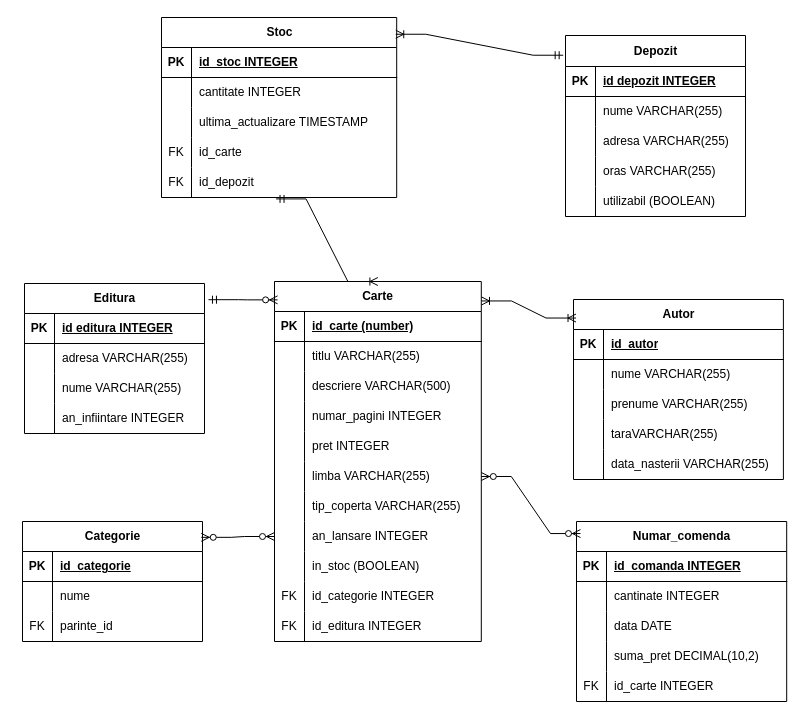
The draw.io diagram Untitled Diagram.drawio in CiprianVlad/facultate, before the edit. Source tidied: cells renumbered, new cells numbered last; positions are measured from the earlier drawing's top-left corner, leaving out a move shared by most shapes. Both pictures are drawn from the tidied source at 100%, with x=0, y=0 at pixel (22, 17).
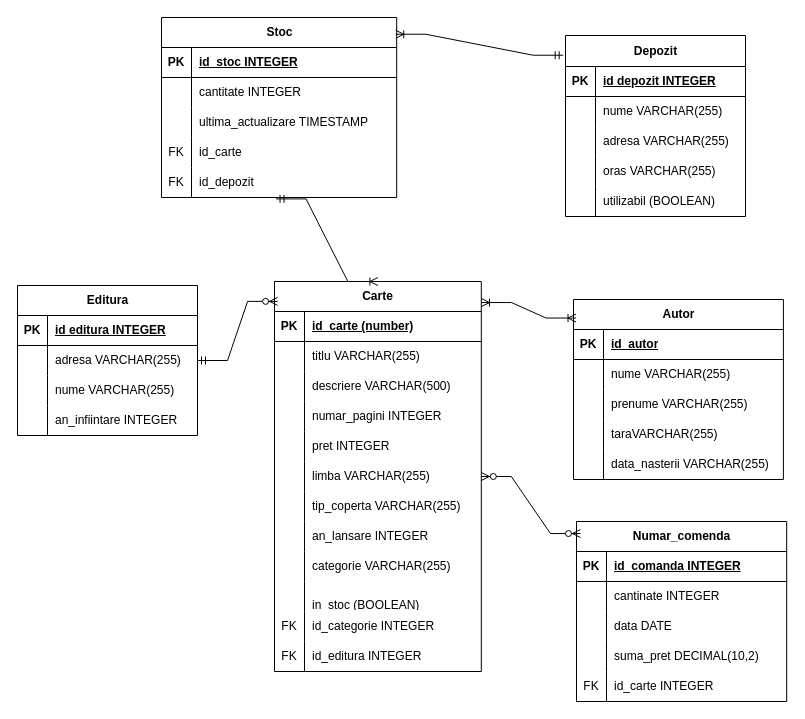
Above is the later version.

The change refers to these unchanged cells:
```xml
<mxCell id="24" style="shape=tableRow;horizontal=0;startSize=0;swimlaneHead=0;swimlaneBody=0;fillColor=none;points=[[0,0.5],[1,0.5]];portConstraint=eastwest;top=0;left=0;right=0;bottom=0;" parent="2" vertex="1">
  <mxGeometry y="240" width="206.8" height="30" as="geometry" />
</mxCell>
<mxCell id="27" style="shape=tableRow;horizontal=0;startSize=0;swimlaneHead=0;swimlaneBody=0;fillColor=none;top=0;left=0;right=0;bottom=0;" parent="2" vertex="1">
  <mxGeometry y="270" width="206.8" height="30" as="geometry" />
</mxCell>
```

What changed in the source:
```diff
@@
     <mxCell id="2" value="Carte" style="shape=table;startSize=30;childLayout=tableLayout;rowLines=0;fontStyle=1;align=center;html=1;" parent="1" vertex="1">
-      <mxGeometry x="252" y="264" width="206.8" height="360" as="geometry" />
+      <mxGeometry x="252" y="264" width="206.8" height="390" as="geometry" />
     </mxCell>
@@
-    <mxCell id="29" value="in_stoc (BOOLEAN)" style="shape=partialRectangle;fillColor=none;top=0;left=0;bottom=0;right=0;align=left;spacingLeft=6;overflow=hidden;whiteSpace=wrap;html=1;" parent="27" vertex="1">
+    <mxCell id="29" value="categorie VARCHAR(255)" style="shape=partialRectangle;fillColor=none;top=0;left=0;bottom=0;right=0;align=left;spacingLeft=6;overflow=hidden;whiteSpace=wrap;html=1;" parent="27" vertex="1">
       <mxGeometry x="30" width="176.8" height="30" as="geometry" />
     </mxCell>
+    <mxCell id="129" style="shape=tableRow;horizontal=0;startSize=0;swimlaneHead=0;swimlaneBody=0;fillColor=none;top=0;left=0;right=0;bottom=0;" parent="2" vertex="1">
+      <mxGeometry y="300" width="206.8" height="30" as="geometry" />
+    </mxCell>
+    <mxCell id="105" style="shape=partialRectangle;fillColor=none;top=0;left=0;bottom=0;right=0;overflow=hidden;whiteSpace=wrap;html=1;" parent="129" vertex="1">
+      <mxGeometry width="30" height="30" as="geometry" />
+    </mxCell>
+    <mxCell id="130" value="&#10;in_stoc (BOOLEAN)&#10;&#10;" style="shape=partialRectangle;fillColor=none;top=0;left=0;bottom=0;right=0;align=left;spacingLeft=6;overflow=hidden;whiteSpace=wrap;html=1;" parent="129" vertex="1">
+      <mxGeometry x="30" width="176.8" height="30" as="geometry" />
+    </mxCell>
     <mxCell id="30" style="shape=tableRow;horizontal=0;startSize=0;swimlaneHead=0;swimlaneBody=0;fillColor=none;top=0;left=0;right=0;bottom=0;" parent="2" vertex="1">
-      <mxGeometry y="300" width="206.8" height="30" as="geometry" />
+      <mxGeometry y="330" width="206.8" height="30" as="geometry" />
     </mxCell>
@@
     <mxCell id="33" style="shape=tableRow;horizontal=0;startSize=0;swimlaneHead=0;swimlaneBody=0;fillColor=none;top=0;left=0;right=0;bottom=0;" parent="2" vertex="1">
-      <mxGeometry y="330" width="206.8" height="30" as="geometry" />
+      <mxGeometry y="360" width="206.8" height="30" as="geometry" />
     </mxCell>
@@
     <mxCell id="86" value="Editura" style="shape=table;startSize=30;childLayout=tableLayout;rowLines=0;fontStyle=1;align=center;html=1;" parent="1" vertex="1">
-      <mxGeometry x="2" y="266" width="180" height="150" as="geometry" />
+      <mxGeometry x="-5" y="268" width="180" height="150" as="geometry" />
     </mxCell>
@@
-    <mxCell id="99" style="edgeStyle=entityRelationEdgeStyle;fontSize=12;html=1;endArrow=ERzeroToMany;startArrow=ERmandOne;rounded=0;entryX=0.015;entryY=0.051;entryDx=0;entryDy=0;entryPerimeter=0;exitX=1.022;exitY=0.108;exitDx=0;exitDy=0;exitPerimeter=0;" parent="1" edge="1" source="86" target="2">
+    <mxCell id="99" style="edgeStyle=entityRelationEdgeStyle;fontSize=12;html=1;endArrow=ERzeroToMany;startArrow=ERmandOne;rounded=0;entryX=0.015;entryY=0.051;entryDx=0;entryDy=0;entryPerimeter=0;exitX=1;exitY=0.5;exitDx=0;exitDy=0;" parent="1" edge="1" source="86" target="2">
       <mxGeometry relative="1" as="geometry" />
     </mxCell>
-    <mxCell id="100" value="Categorie" style="shape=table;startSize=30;childLayout=tableLayout;rowLines=0;fontStyle=1;align=center;html=1;" parent="1" vertex="1">
-      <mxGeometry y="504" width="180" height="120" as="geometry" />
-    </mxCell>
-    <mxCell id="101" style="shape=tableRow;horizontal=0;startSize=0;swimlaneHead=0;swimlaneBody=0;fillColor=none;top=0;left=0;right=0;bottom=1;" parent="100" vertex="1">
-      <mxGeometry y="30" width="180" height="30" as="geometry" />
-    </mxCell>
-    <mxCell id="102" value="PK" style="shape=partialRectangle;fillColor=none;top=0;left=0;bottom=0;right=0;fontStyle=1;overflow=hidden;whiteSpace=wrap;html=1;" parent="101" vertex="1">
-      <mxGeometry width="30" height="30" as="geometry" />
-    </mxCell>
-    <mxCell id="103" value="id_categorie" style="shape=partialRectangle;fillColor=none;top=0;left=0;bottom=0;right=0;align=left;spacingLeft=6;fontStyle=5;overflow=hidden;whiteSpace=wrap;html=1;" parent="101" vertex="1">
-      <mxGeometry x="30" width="150" height="30" as="geometry" />
-    </mxCell>
-    <mxCell id="104" style="shape=tableRow;horizontal=0;startSize=0;swimlaneHead=0;swimlaneBody=0;fillColor=none;top=0;left=0;right=0;bottom=0;" parent="100" vertex="1">
-      <mxGeometry y="60" width="180" height="30" as="geometry" />
-    </mxCell>
-    <mxCell id="105" style="shape=partialRectangle;fillColor=none;top=0;left=0;bottom=0;right=0;overflow=hidden;whiteSpace=wrap;html=1;" parent="104" vertex="1">
-      <mxGeometry width="30" height="30" as="geometry" />
-    </mxCell>
-    <mxCell id="106" value="nume" style="shape=partialRectangle;fillColor=none;top=0;left=0;bottom=0;right=0;align=left;spacingLeft=6;overflow=hidden;whiteSpace=wrap;html=1;" parent="104" vertex="1">
-      <mxGeometry x="30" width="150" height="30" as="geometry" />
-    </mxCell>
-    <mxCell id="107" style="shape=tableRow;horizontal=0;startSize=0;swimlaneHead=0;swimlaneBody=0;fillColor=none;top=0;left=0;right=0;bottom=0;" parent="100" vertex="1">
-      <mxGeometry y="90" width="180" height="30" as="geometry" />
-    </mxCell>
-    <mxCell id="108" value="FK" style="shape=partialRectangle;fillColor=none;top=0;left=0;bottom=0;right=0;overflow=hidden;whiteSpace=wrap;html=1;" parent="107" vertex="1">
-      <mxGeometry width="30" height="30" as="geometry" />
-    </mxCell>
-    <mxCell id="109" value="parinte_id" style="shape=partialRectangle;fillColor=none;top=0;left=0;bottom=0;right=0;align=left;spacingLeft=6;overflow=hidden;whiteSpace=wrap;html=1;" parent="107" vertex="1">
-      <mxGeometry x="30" width="150" height="30" as="geometry" />
-    </mxCell>
-    <mxCell id="110" style="edgeStyle=entityRelationEdgeStyle;fontSize=12;html=1;endArrow=ERzeroToMany;endFill=1;startArrow=ERzeroToMany;rounded=0;entryX=0;entryY=0.5;entryDx=0;entryDy=0;exitX=0.993;exitY=0.132;exitDx=0;exitDy=0;exitPerimeter=0;" parent="1" edge="1" source="100" target="24">
-      <mxGeometry relative="1" as="geometry" />
-    </mxCell>
```
